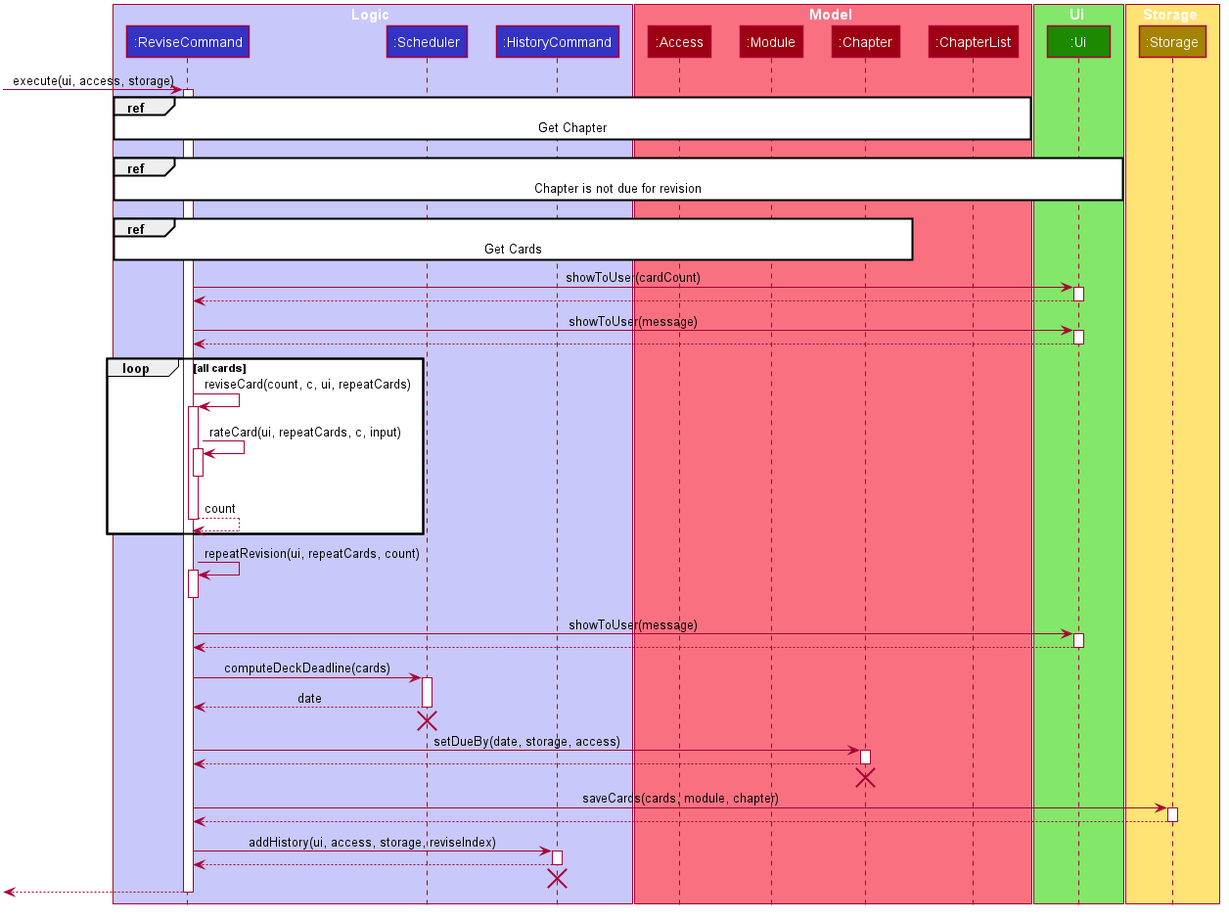
The PlantUML diagram docs/DG_Images/revise_seq_diagram.png in nus-cs2113-AY2021S1/tp, before a commit.
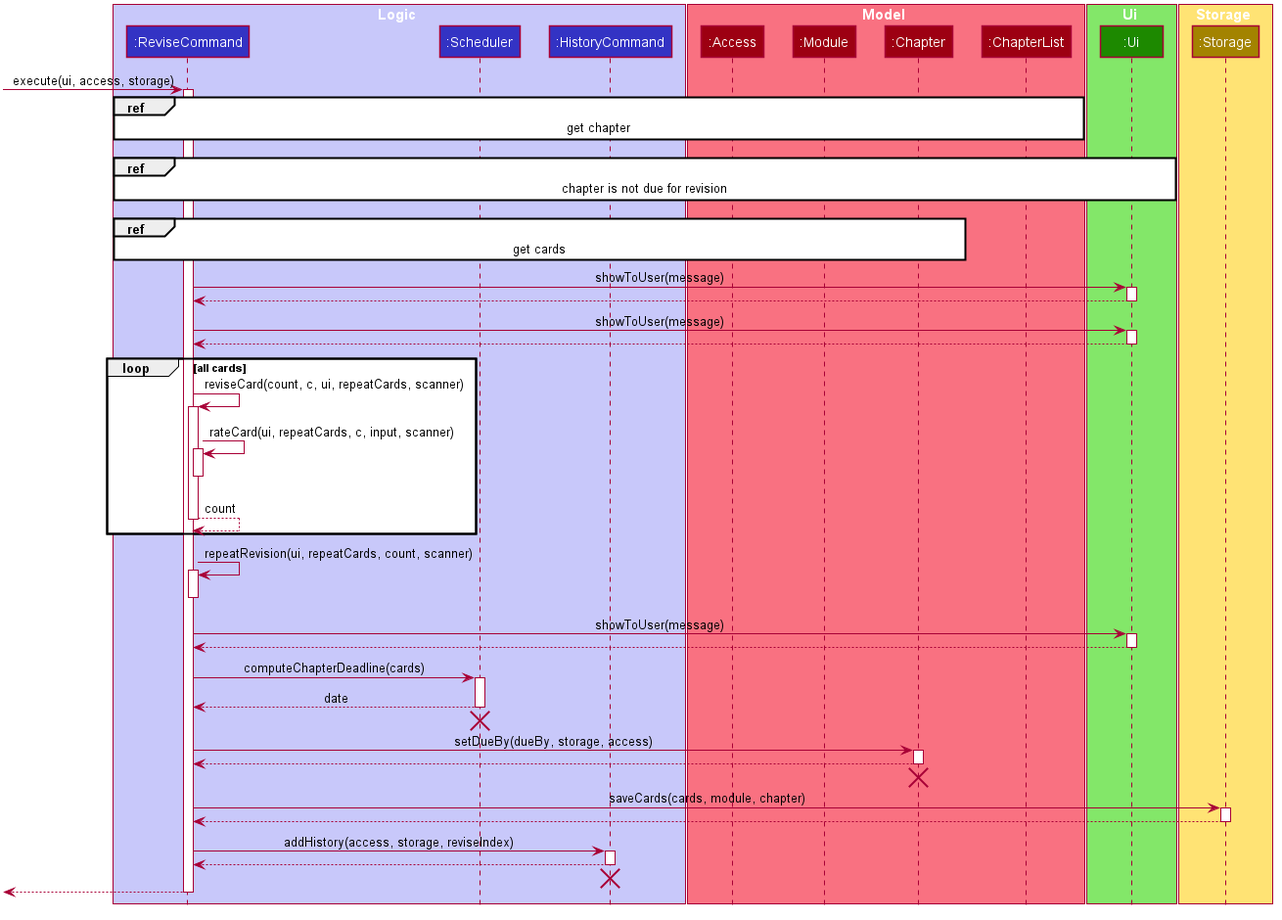
After the change.

Commit message:
Modify reference diagrams

What changed in the source:
```diff
@@ -71,13 +71,13 @@
 
 [-> ReviseCommand : execute(ui, access, storage)
 activate ReviseCommand
-ref over ReviseCommand, ChapterList : Get Chapter
+ref over ReviseCommand, ChapterList : get chapter
 [<-[hidden]- ReviseCommand
-ref over ReviseCommand, Ui : Chapter is not due for revision
+ref over ReviseCommand, Ui : chapter is not due for revision
 [<-[hidden]- ReviseCommand
 
-ref over ReviseCommand, Chapter: Get Cards
-ReviseCommand -> Ui : showToUser(cardCount)
+ref over ReviseCommand, Chapter: get cards
+ReviseCommand -> Ui : showToUser(message)
 activate Ui
 ReviseCommand <-- Ui
 deactivate Ui
@@ -86,28 +86,29 @@
 ReviseCommand <-- Ui
 deactivate Ui
 loop all cards
-    ReviseCommand -> ReviseCommand : reviseCard(count, c, ui, repeatCards)
+    ReviseCommand -> ReviseCommand : reviseCard(count, c, ui, repeatCards, scanner)
     activate ReviseCommand
-    ReviseCommand -> ReviseCommand : rateCard(ui, repeatCards, c, input)
+    ReviseCommand -> ReviseCommand : rateCard(ui, repeatCards, c, input, scanner)
     activate ReviseCommand
     deactivate ReviseCommand
     ReviseCommand --> ReviseCommand : count
     deactivate ReviseCommand
+
 end
-ReviseCommand -> ReviseCommand : repeatRevision(ui, repeatCards, count)
+ReviseCommand -> ReviseCommand : repeatRevision(ui, repeatCards, count, scanner)
 activate ReviseCommand
 deactivate ReviseCommand
 ReviseCommand -> Ui : showToUser(message)
 activate Ui
 ReviseCommand <-- Ui
 deactivate Ui
-ReviseCommand -> Scheduler : computeDeckDeadline(cards)
+ReviseCommand -> Scheduler : computeChapterDeadline(cards)
 activate Scheduler
 ReviseCommand <-- Scheduler : date
 deactivate Scheduler
 [<-[hidden]- Scheduler
 destroy Scheduler
-ReviseCommand -> Chapter : setDueBy(date, storage, access)
+ReviseCommand -> Chapter : setDueBy(dueBy, storage, access)
 activate Chapter
 ReviseCommand <-- Chapter
 deactivate Chapter
@@ -117,7 +118,7 @@
 activate Storage
 ReviseCommand <-- Storage
 deactivate Storage
-ReviseCommand -> HistoryCommand : addHistory(ui, access, storage, reviseIndex)
+ReviseCommand -> HistoryCommand : addHistory(access, storage, reviseIndex)
 activate HistoryCommand
 ReviseCommand <-- HistoryCommand
 deactivate HistoryCommand
```
